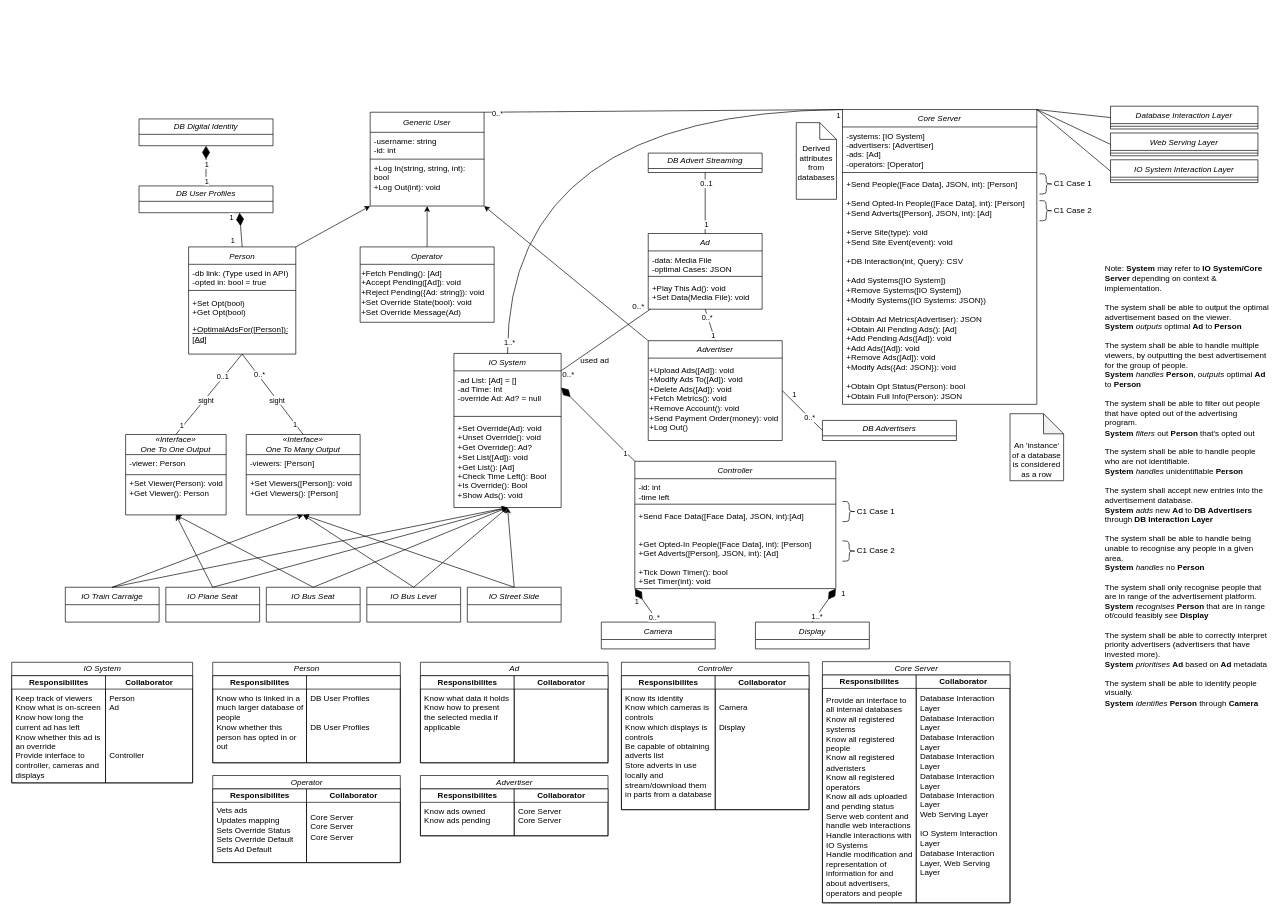
pseud0n/sepp-diagrams keeps this draw.io diagram as page "Page-1" (1 of 2) of class-diagram.drawio. Above is the earlier version. Source tidied: cells renumbered, new cells numbered last; positions are measured from the earlier drawing's top-left corner, leaving out a move shared by most shapes. Both pictures are drawn from the tidied source at 67%, with x=0, y=0 at pixel (11, 106).
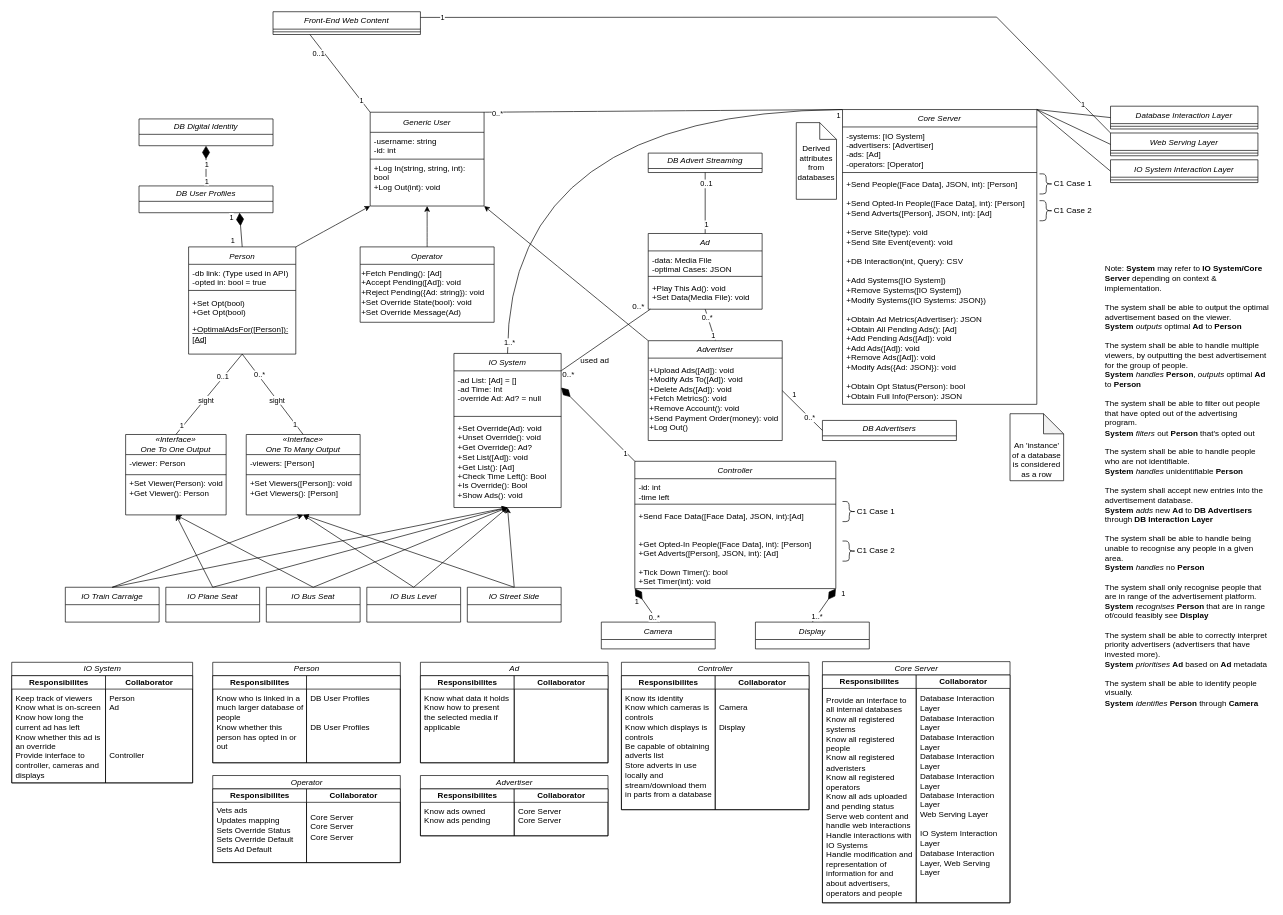
The same diagram, later.

Unchanged cells that the change refers to:
```xml
<mxCell id="112" value="Web Serving Layer" style="swimlane;fontStyle=2;align=center;verticalAlign=top;horizontal=1;startSize=26;rounded=0;shadow=0;strokeWidth=1;" parent="1" vertex="1">
  <mxGeometry x="1640" y="40" width="220" height="34" as="geometry" />
</mxCell>
<mxCell id="135" value="&lt;span style=&quot;background-color: initial;&quot;&gt;Generic User&lt;/span&gt;" style="swimlane;fontStyle=2;horizontal=1;startSize=30;whiteSpace=wrap;html=1;" parent="1" vertex="1">
  <mxGeometry x="535" y="9" width="170" height="140" as="geometry" />
</mxCell>
```

The edit, as a diff of the source:
```diff
@@
+    <mxCell id="163" value="Front-End Web Content" style="swimlane;fontStyle=2;align=center;verticalAlign=top;horizontal=1;startSize=26;rounded=0;shadow=0;strokeWidth=1;" parent="1" vertex="1">
+      <mxGeometry x="390" y="-141" width="220" height="34" as="geometry" />
+    </mxCell>
+    <mxCell id="164" style="line;html=1;strokeWidth=1;align=left;verticalAlign=middle;spacingTop=-1;spacingLeft=3;spacingRight=3;labelPosition=right;" parent="163" vertex="1">
+      <mxGeometry y="26" width="220" height="8" as="geometry" />
+    </mxCell>
+    <mxCell id="165" style="endArrow=none;html=1;rounded=0;exitX=0;exitY=0;exitDx=0;exitDy=0;entryX=0.25;entryY=1;entryDx=0;entryDy=0;" parent="1" edge="1" source="135" target="163">
+      <mxGeometry relative="1" as="geometry" />
+    </mxCell>
+    <mxCell id="166" value="1" style="edgeLabel;html=1;align=center;verticalAlign=middle;" parent="165" vertex="1">
+      <mxGeometry x="-0.69" y="-1" relative="1" as="geometry" />
+    </mxCell>
+    <mxCell id="167" value="0..1" style="edgeLabel;html=1;align=center;verticalAlign=middle;" parent="165" vertex="1">
+      <mxGeometry x="0.74" y="-1" relative="1" as="geometry">
+        <mxPoint y="14" as="offset" />
+      </mxGeometry>
+    </mxCell>
+    <mxCell id="168" style="endArrow=none;html=1;rounded=0;entryX=0;entryY=0;entryDx=0;entryDy=0;exitX=1;exitY=0.25;exitDx=0;exitDy=0;" parent="1" edge="1" source="163" target="112">
+      <mxGeometry relative="1" as="geometry">
+        <Array as="points">
+          <mxPoint x="1470" y="-133" />
+        </Array>
+      </mxGeometry>
+    </mxCell>
+    <mxCell id="169" value="1" style="edgeLabel;html=1;align=center;verticalAlign=middle;" parent="168" vertex="1">
+      <mxGeometry x="0.89" y="1" relative="1" as="geometry" />
+    </mxCell>
+    <mxCell id="170" value="1" style="edgeLabel;html=1;align=center;verticalAlign=middle;" parent="168" vertex="1">
+      <mxGeometry x="-0.94" relative="1" as="geometry" />
+    </mxCell>
```
